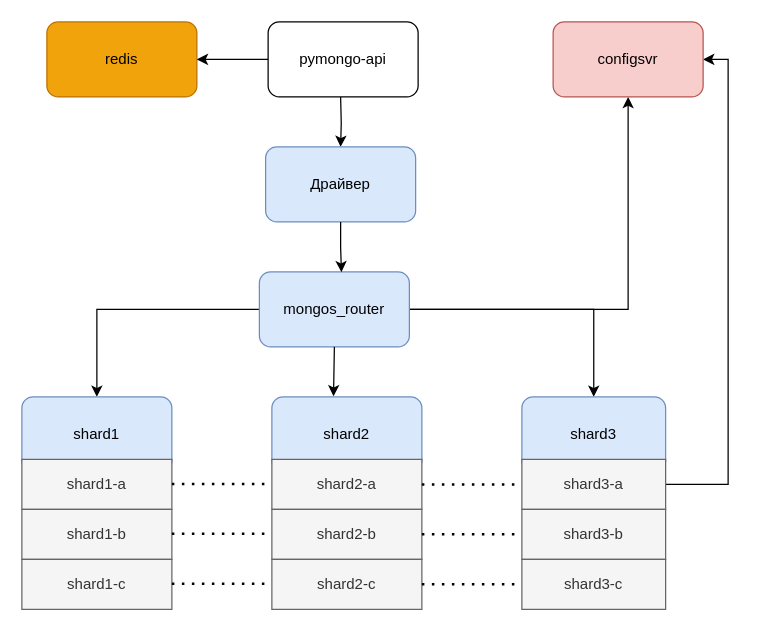
Before: page "Схема — 3" (4 of 6) of sprint_2_tasks.drawio in wiky-avis/architecture-sprint-2, a draw.io diagram. Source tidied: cells renumbered, new cells numbered last; positions are measured from the earlier drawing's top-left corner, leaving out a move shared by most shapes. Both pictures are drawn from the tidied source at 125%, with x=0, y=0 at pixel (21, 21).
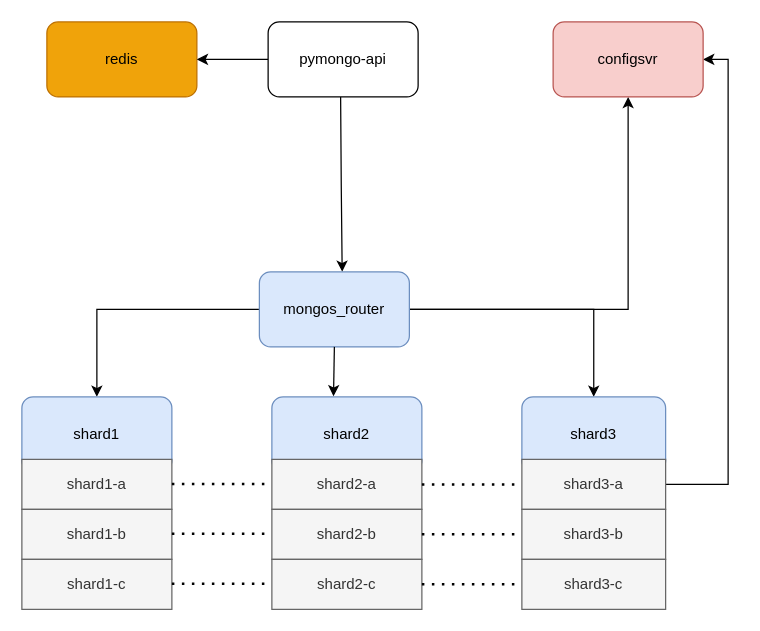
The same diagram, later.

The change refers to these unchanged cells:
```xml
<mxCell id="10" value="mongos_router" style="rounded=1;whiteSpace=wrap;html=1;fillColor=#dae8fc;strokeColor=#6c8ebf;" parent="1" vertex="1">
  <mxGeometry x="190" y="200" width="120" height="60" as="geometry" />
</mxCell>
```

Change to the diagram source:
```diff
@@
-    <mxCell id="3" style="edgeStyle=orthogonalEdgeStyle;rounded=0;jettySize=auto;html=1;exitX=0.5;exitY=1;exitDx=0;exitDy=0;exitPerimeter=0;" parent="1" edge="1" target="6">
+    <mxCell id="3" style="edgeStyle=orthogonalEdgeStyle;rounded=0;jettySize=auto;html=1;exitX=0.5;exitY=1;exitDx=0;exitDy=0;exitPerimeter=0;entryX=0.552;entryY=-0.002;entryDx=0;entryDy=0;entryPerimeter=0;" parent="1" edge="1" target="10">
       <mxGeometry relative="1" as="geometry">
         <mxPoint x="255" y="60" as="sourcePoint" />
       </mxGeometry>
     </mxCell>
@@
-    <mxCell id="6" value="Драйвер" style="rounded=1;whiteSpace=wrap;html=1;fillColor=#dae8fc;strokeColor=#6c8ebf;" parent="1" vertex="1">
-      <mxGeometry x="195" y="100" width="120" height="60" as="geometry" />
-    </mxCell>
@@
-    <mxCell id="32" style="edgeStyle=orthogonalEdgeStyle;rounded=0;jettySize=auto;html=1;exitX=0.5;exitY=1;exitDx=0;exitDy=0;entryX=0.547;entryY=0.004;entryDx=0;entryDy=0;entryPerimeter=0;" parent="1" edge="1" source="6" target="10">
-      <mxGeometry relative="1" as="geometry" />
-    </mxCell>
```
